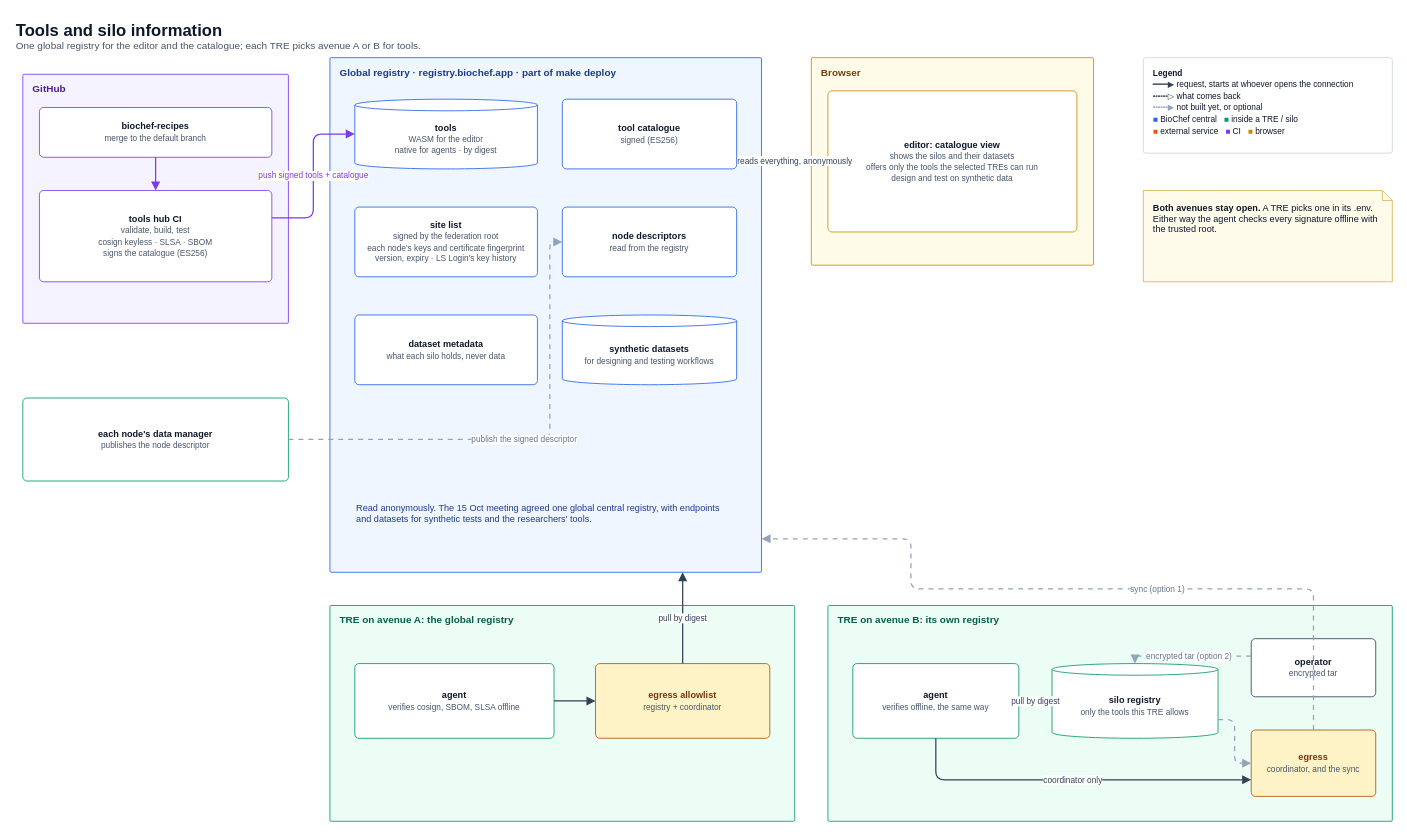
Earlier version of the draw.io diagram docs/diagrams/07-registry-catalogue.drawio (ieeta-pt/biochef-infra). Source tidied: cells renumbered, new cells numbered last; positions are measured from the earlier drawing's top-left corner, leaving out a move shared by most shapes. Both pictures are drawn from the tidied source at 83%, with x=0, y=0 at pixel (14, 14).
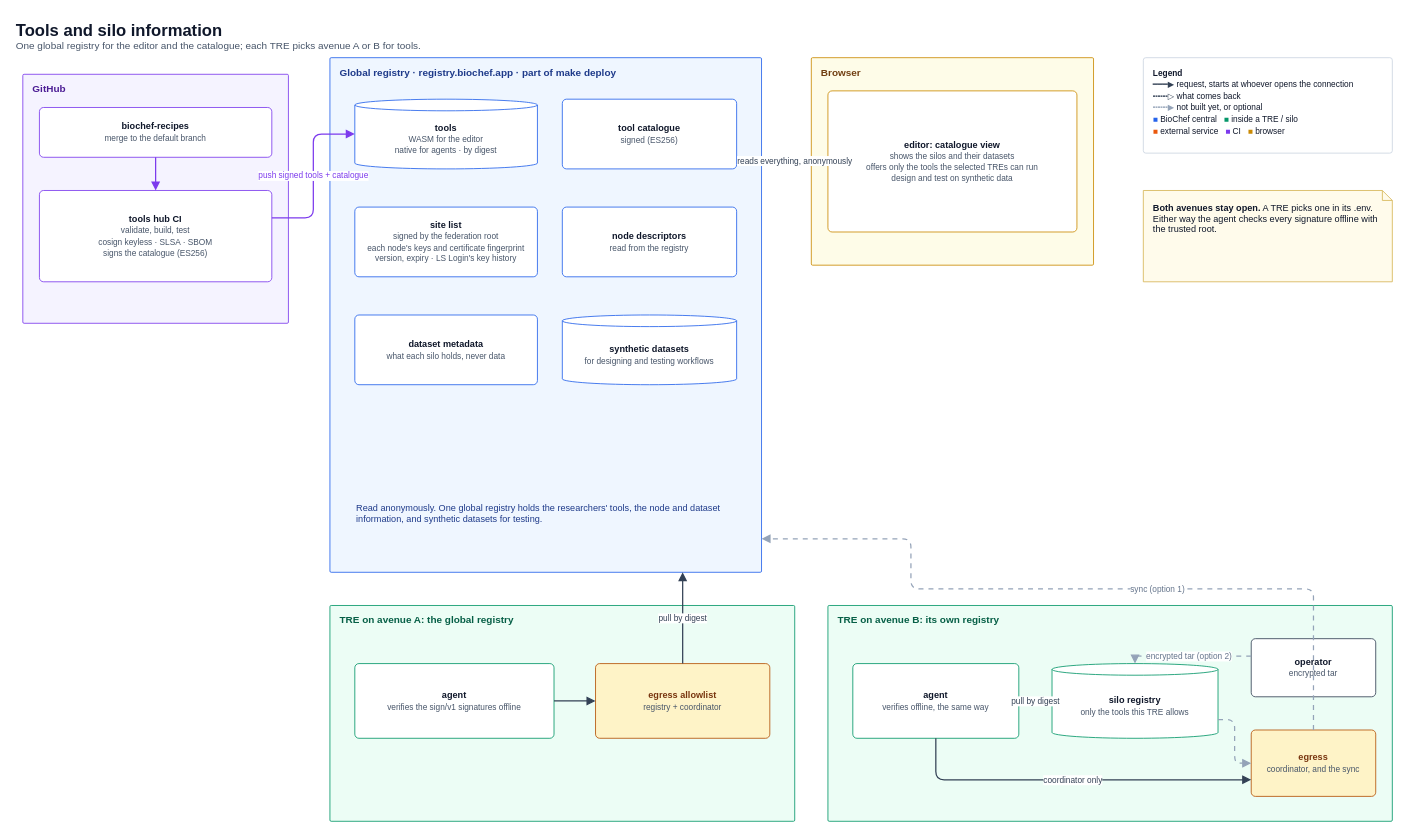
After the change.

Commit message (it also covers changes not shown here):
enhance identity documentation and agent functionality

The change refers to these unchanged cells:
```xml
<mxCell id="7" value="Global registry · registry.biochef.app · part of make deploy" style="rounded=1;arcSize=3;absoluteArcSize=1;html=1;whiteSpace=wrap;verticalAlign=top;align=left;spacingLeft=10;spacingTop=4;fontSize=12;fontStyle=1;fillColor=#eff6ff;strokeColor=#2563eb;fontColor=#1e3a8a;" parent="1" vertex="1">
  <mxGeometry x="380" y="52" width="520" height="620" as="geometry" />
</mxCell>
<mxCell id="11" value="&lt;b&gt;node descriptors&lt;/b&gt;&lt;br&gt;&lt;font style=&quot;font-size:10px&quot; color=&quot;#475569&quot;&gt;read from the registry&lt;/font&gt;" style="html=1;whiteSpace=wrap;fontSize=11;fillColor=#ffffff;strokeColor=#2563eb;fontColor=#0f172a;align=center;verticalAlign=middle;spacing=4;rounded=1;arcSize=10;absoluteArcSize=1;" parent="7" vertex="1">
  <mxGeometry x="280" y="180" width="210" height="84" as="geometry" />
</mxCell>
<mxCell id="17" value="TRE on avenue A: the global registry" style="rounded=1;arcSize=3;absoluteArcSize=1;html=1;whiteSpace=wrap;verticalAlign=top;align=left;spacingLeft=10;spacingTop=4;fontSize=12;fontStyle=1;fillColor=#ecfdf5;strokeColor=#059669;fontColor=#065f46;" parent="1" vertex="1">
  <mxGeometry x="380" y="712" width="560" height="260" as="geometry" />
</mxCell>
```

The edit, as a diff of the source:
```diff
@@
-    <mxCell id="6" value="&lt;b&gt;each node's data manager&lt;/b&gt;&lt;br&gt;&lt;font style=&quot;font-size:10px&quot; color=&quot;#475569&quot;&gt;publishes the node descriptor&lt;/font&gt;" style="html=1;whiteSpace=wrap;fontSize=11;fillColor=#ffffff;strokeColor=#059669;fontColor=#0f172a;align=center;verticalAlign=middle;spacing=4;rounded=1;arcSize=10;absoluteArcSize=1;" parent="1" vertex="1">
-      <mxGeometry x="10" y="462" width="320" height="100" as="geometry" />
-    </mxCell>
@@
-    <mxCell id="14" value="Read anonymously. The 15 Oct meeting agreed one global central registry, with endpoints and datasets for synthetic tests and the researchers' tools." style="text;html=1;whiteSpace=wrap;fontSize=11;align=left;verticalAlign=top;fontColor=#1e3a8a;spacing=2;" parent="7" vertex="1">
+    <mxCell id="14" value="Read anonymously. One global registry holds the researchers' tools, the node and dataset information, and synthetic datasets for testing." style="text;html=1;whiteSpace=wrap;fontSize=11;align=left;verticalAlign=top;fontColor=#1e3a8a;spacing=2;" parent="7" vertex="1">
       <mxGeometry x="30" y="530" width="460" height="70" as="geometry" />
     </mxCell>
@@
-    <mxCell id="18" value="&lt;b&gt;agent&lt;/b&gt;&lt;br&gt;&lt;font style=&quot;font-size:10px&quot; color=&quot;#475569&quot;&gt;verifies cosign, SBOM, SLSA offline&lt;/font&gt;" style="html=1;whiteSpace=wrap;fontSize=11;fillColor=#ffffff;strokeColor=#059669;fontColor=#0f172a;align=center;verticalAlign=middle;spacing=4;rounded=1;arcSize=10;absoluteArcSize=1;" parent="17" vertex="1">
+    <mxCell id="18" value="&lt;b&gt;agent&lt;/b&gt;&lt;br&gt;&lt;font style=&quot;font-size:10px&quot; color=&quot;#475569&quot;&gt;verifies the sign/v1 signatures offline&lt;/font&gt;" style="html=1;whiteSpace=wrap;fontSize=11;fillColor=#ffffff;strokeColor=#059669;fontColor=#0f172a;align=center;verticalAlign=middle;spacing=4;rounded=1;arcSize=10;absoluteArcSize=1;" parent="17" vertex="1">
       <mxGeometry x="30" y="70" width="240" height="90" as="geometry" />
     </mxCell>
@@
-    <mxCell id="29" value="publish the signed descriptor" style="html=1;rounded=1;fontSize=10;labelBackgroundColor=#ffffff;strokeWidth=1.5;endSize=7;jumpStyle=arc;jumpSize=8;edgeStyle=orthogonalEdgeStyle;jettySize=auto;endArrow=block;endFill=1;dashed=1;dashPattern=4 4;strokeColor=#94a3b8;fontColor=#64748b;exitX=1;exitY=0.5;exitDx=0;exitDy=0;entryX=0;entryY=0.5;entryDx=0;entryDy=0;" parent="1" edge="1" source="6" target="11">
-      <mxGeometry relative="1" as="geometry">
-        <Array as="points">
-          <mxPoint x="645" y="512" />
-          <mxPoint x="645" y="274" />
-        </Array>
-      </mxGeometry>
-    </mxCell>
```
